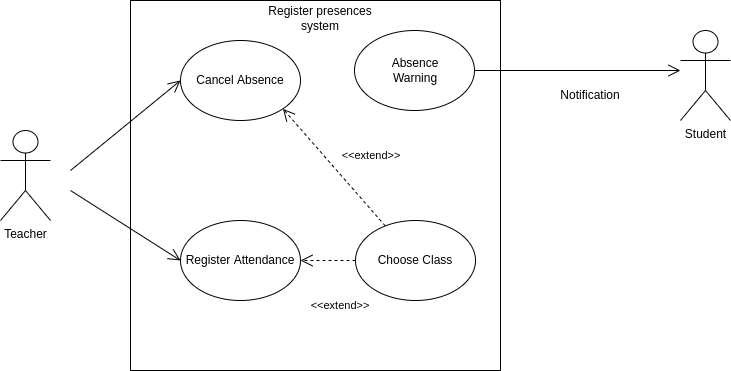
Above: images/use_case_model.png in P1ntas/ESOF (draw.io), before the change. Source tidied: cells renumbered, new cells last; positions are measured from the earlier drawing's top-left corner, leaving out a move shared by most shapes.
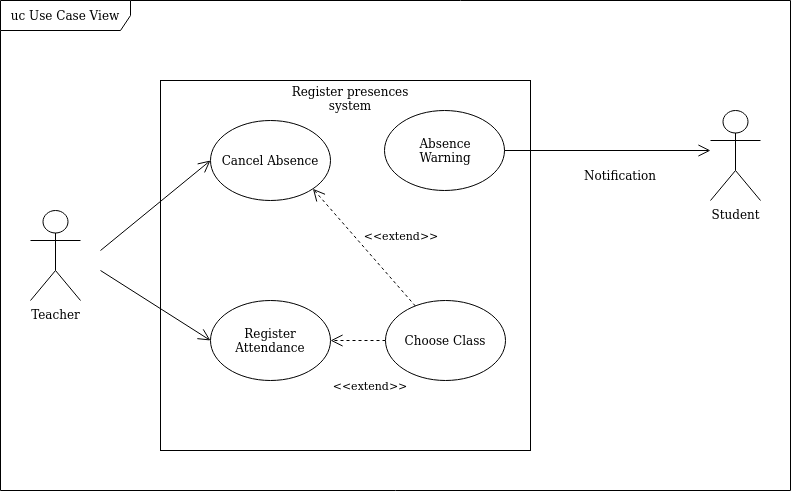
Above is the later version.

Commit message:
Add Domain Model

Diff of the diagram source:
```diff
@@ -60,5 +60,8 @@
     <mxCell id="18" value="&amp;lt;&amp;lt;extend&amp;gt;&amp;gt;" style="text;html=1;strokeColor=none;fillColor=none;align=center;verticalAlign=middle;whiteSpace=wrap;rounded=0;fontSize=11;" parent="1" vertex="1">
       <mxGeometry x="310" y="290" width="60" height="30" as="geometry" />
     </mxCell>
+    <mxCell id="19" value="uc Use Case View" style="shape=umlFrame;whiteSpace=wrap;html=1;width=130;height=30;" parent="1" vertex="1">
+      <mxGeometry x="-30" y="-80" width="790" height="490" as="geometry" />
+    </mxCell>
   </root>
 </mxGraphModel>
```
